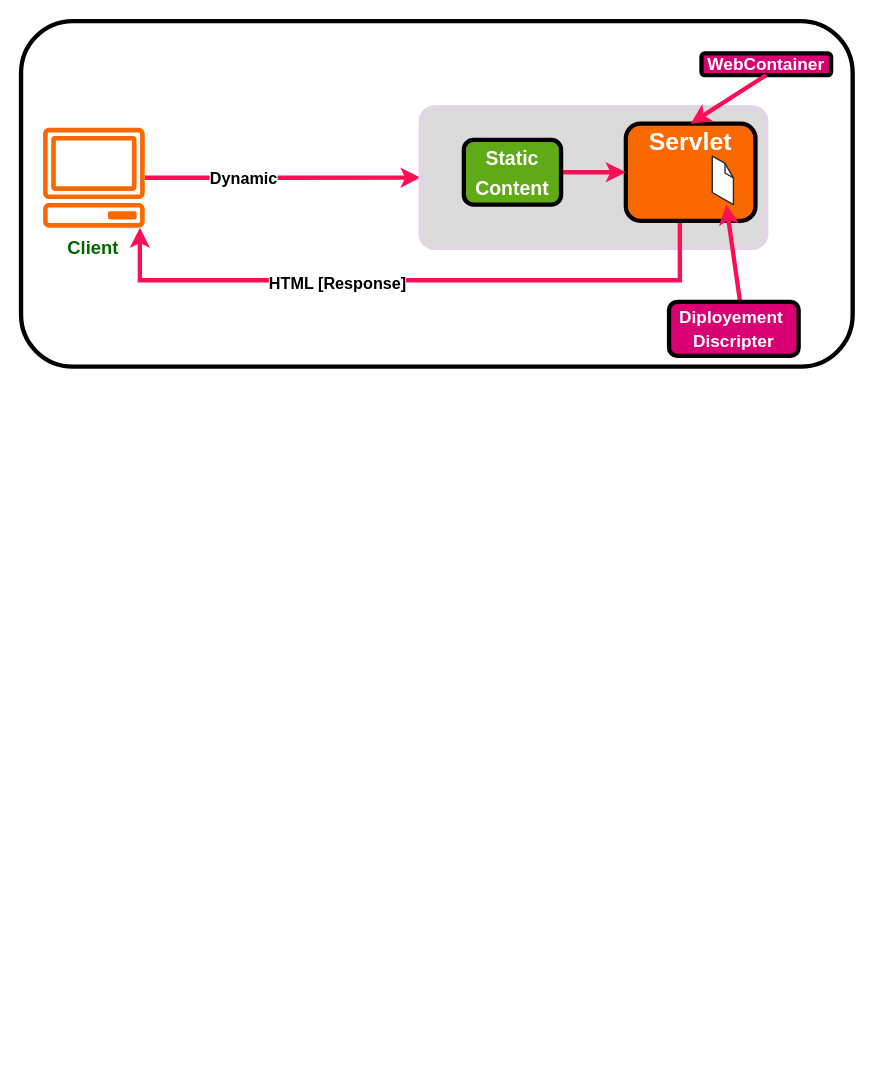
Dhruv9066/Assignment keeps this draw.io diagram as page "Servlet" (3 of 3) of AWS.drawio. Above is the earlier version. Source tidied: cells renumbered, new cells numbered last; positions are measured from the earlier drawing's top-left corner, leaving out a move shared by most shapes. Both pictures are drawn from the tidied source at 108%, with x=0, y=0 at pixel (21, 21).
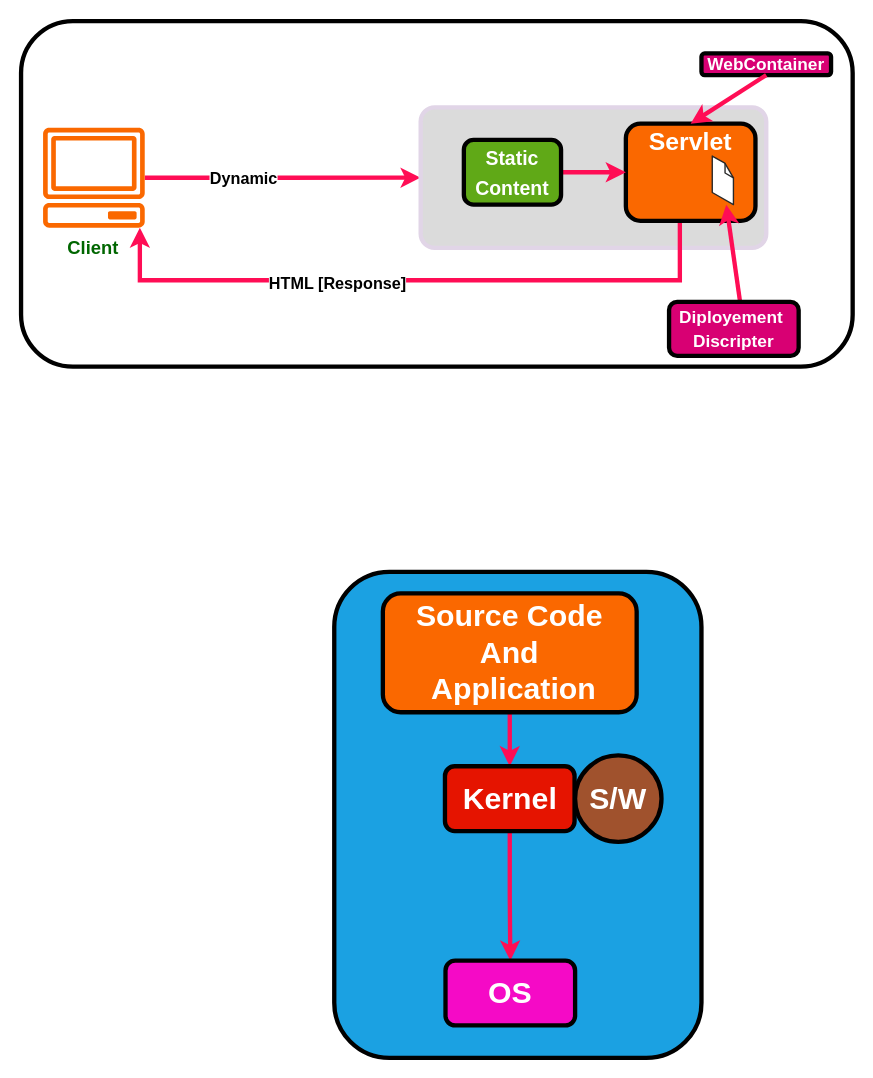
Above is the later version.

Diff of the diagram source:
```diff
@@
+    <mxCell id="18" style="rounded=1;whiteSpace=wrap;html=1;strokeColor=#000000;strokeWidth=4;fontSize=16;fontColor=#ffffff;fillColor=#1ba1e2;" parent="1" vertex="1">
+      <mxGeometry x="290" y="510" width="340" height="450" as="geometry" />
+    </mxCell>
+    <mxCell id="19" style="edgeStyle=orthogonalEdgeStyle;rounded=0;jettySize=auto;html=1;entryX=0.5;entryY=0;entryDx=0;entryDy=0;strokeColor=#FF0D55;strokeWidth=4;fontSize=28;fontColor=#000000;" parent="1" edge="1" source="20" target="22">
+      <mxGeometry relative="1" as="geometry" />
+    </mxCell>
+    <mxCell id="20" value="&lt;font color=&quot;#ffffff&quot;&gt;&lt;b&gt;&lt;font style=&quot;font-size: 28px;&quot;&gt;Source Code &lt;br&gt;And&lt;br&gt;&amp;nbsp;&lt;/font&gt;&lt;/b&gt;&lt;b style=&quot;border-color: var(--border-color);&quot;&gt;&lt;font style=&quot;border-color: var(--border-color); font-size: 28px;&quot;&gt;Application&lt;/font&gt;&lt;/b&gt;&lt;/font&gt;" style="rounded=1;whiteSpace=wrap;html=1;strokeColor=#000000;strokeWidth=4;fontSize=16;fontColor=#000000;fillColor=#fa6800;" parent="1" vertex="1">
+      <mxGeometry x="335" y="530" width="235" height="110" as="geometry" />
+    </mxCell>
+    <mxCell id="21" style="edgeStyle=orthogonalEdgeStyle;rounded=0;jettySize=auto;html=1;strokeColor=#FF0D55;strokeWidth=4;fontSize=28;fontColor=#000000;" parent="1" edge="1" source="22" target="24">
+      <mxGeometry relative="1" as="geometry" />
+    </mxCell>
+    <mxCell id="22" value="&lt;b&gt;Kernel&lt;/b&gt;" style="rounded=1;whiteSpace=wrap;html=1;strokeColor=#000000;strokeWidth=4;fontSize=28;fontColor=#ffffff;fillColor=#e51400;" parent="1" vertex="1">
+      <mxGeometry x="392.5" y="690" width="120" height="60" as="geometry" />
+    </mxCell>
+    <mxCell id="23" value="&lt;font style=&quot;&quot; color=&quot;#ffffff&quot;&gt;&lt;b&gt;S/W&lt;/b&gt;&lt;/font&gt;" style="ellipse;whiteSpace=wrap;html=1;rounded=1;strokeColor=#000000;strokeWidth=4;fontSize=28;fontColor=#ffffff;fillColor=#a0522d;" parent="1" vertex="1">
+      <mxGeometry x="513" y="680" width="80" height="80" as="geometry" />
+    </mxCell>
+    <mxCell id="24" value="&lt;b&gt;OS&lt;/b&gt;" style="rounded=1;whiteSpace=wrap;html=1;strokeColor=#000000;strokeWidth=4;fontSize=28;fontColor=#ffffff;fillColor=#F50AC6;" parent="1" vertex="1">
+      <mxGeometry x="393" y="870" width="120" height="60" as="geometry" />
+    </mxCell>
```
